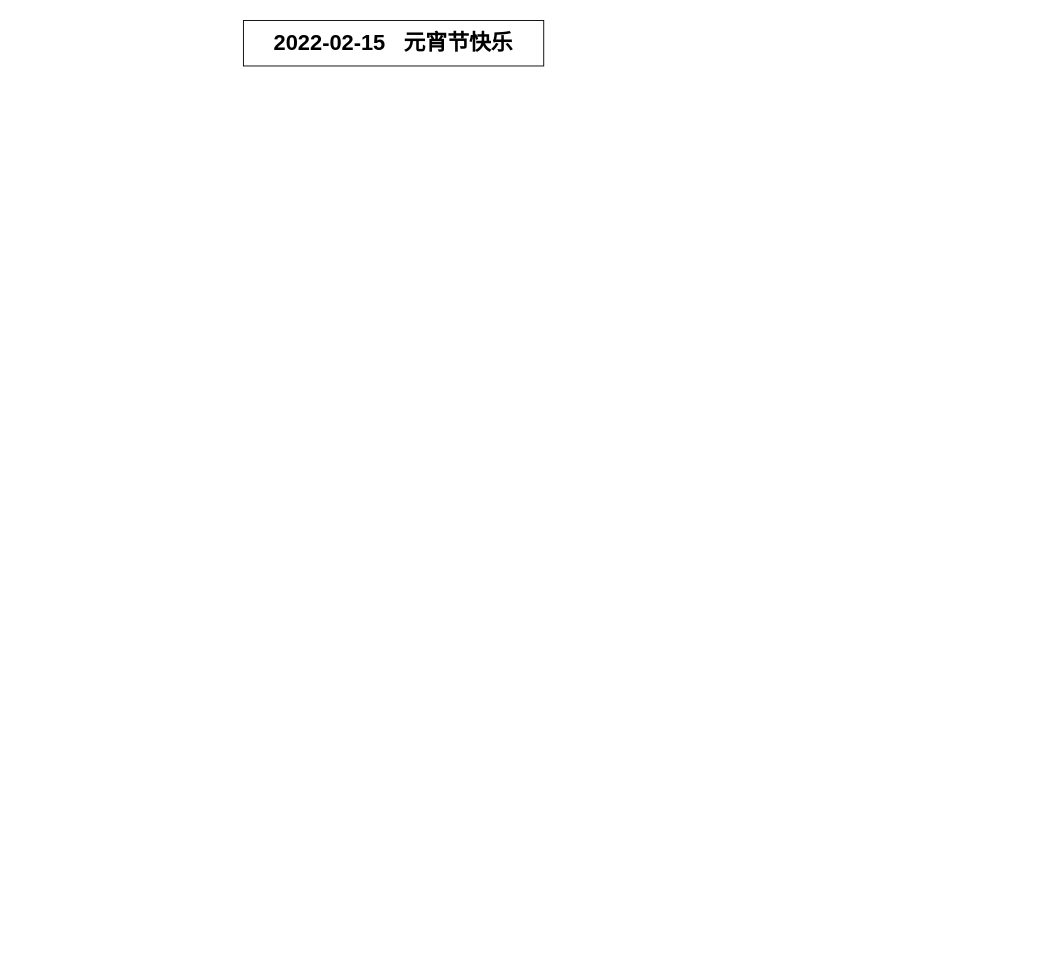
Above: cc/Untitled Diagram.drawio in onlystarczyw/UML (draw.io), before the change. Source tidied: cells renumbered, new cells numbered last; positions are measured from the earlier drawing's top-left corner, leaving out a move shared by most shapes. Both pictures are drawn from the tidied source at 91%, with x=0, y=0 at pixel (243, 20).
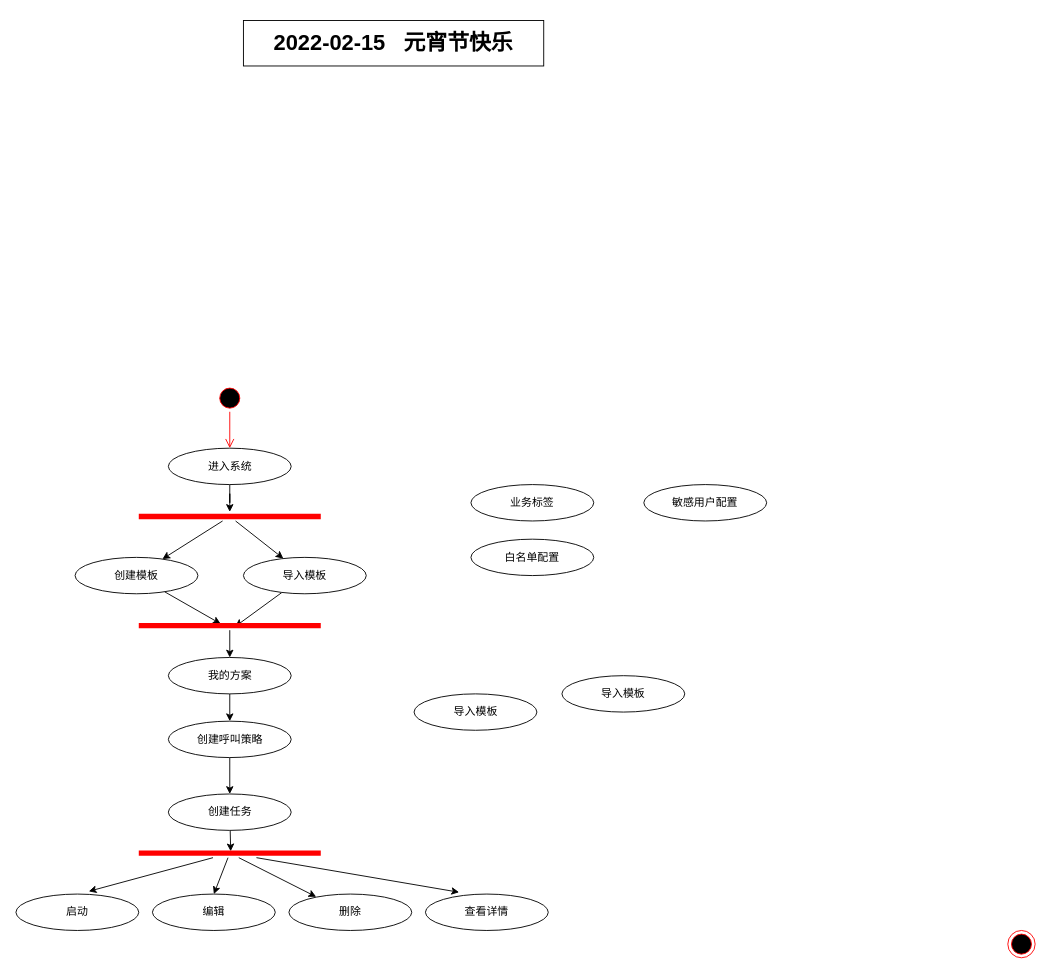
The same page after the edit.

Commit message:
智能外呼活动图

The edit, as a diff of the source:
```diff
@@
+    <mxCell id="3" style="ellipse;html=1;shape=endState;fillColor=#000000;strokeColor=#ff0000;" parent="1" vertex="1">
+      <mxGeometry x="840" y="1000" width="30" height="30" as="geometry" />
+    </mxCell>
+    <mxCell id="4" style="ellipse;html=1;shape=startState;fillColor=#000000;strokeColor=#ff0000;" parent="1" vertex="1">
+      <mxGeometry x="-30" y="400" width="30" height="30" as="geometry" />
+    </mxCell>
+    <mxCell id="5" style="edgeStyle=orthogonalEdgeStyle;html=1;verticalAlign=bottom;endArrow=open;endSize=8;strokeColor=#ff0000;rounded=0;" parent="1" edge="1" source="4">
+      <mxGeometry relative="1" as="geometry">
+        <mxPoint x="-15" y="470" as="targetPoint" />
+      </mxGeometry>
+    </mxCell>
+    <mxCell id="6" style="edgeStyle=none;rounded=0;jettySize=auto;html=1;entryX=0.45;entryY=0.3;entryDx=0;entryDy=0;entryPerimeter=0;" parent="1" edge="1" source="7" target="25">
+      <mxGeometry relative="1" as="geometry" />
+    </mxCell>
+    <mxCell id="7" value="创建模板" style="ellipse;whiteSpace=wrap;html=1;" parent="1" vertex="1">
+      <mxGeometry x="-185" y="590" width="135" height="40" as="geometry" />
+    </mxCell>
+    <mxCell id="8" style="edgeStyle=none;rounded=0;jettySize=auto;html=1;entryX=0.5;entryY=0;entryDx=0;entryDy=0;" parent="1" edge="1" source="9" target="16">
+      <mxGeometry relative="1" as="geometry" />
+    </mxCell>
+    <mxCell id="9" value="我的方案" style="ellipse;whiteSpace=wrap;html=1;" parent="1" vertex="1">
+      <mxGeometry x="-82.5" y="700" width="135" height="40" as="geometry" />
+    </mxCell>
+    <mxCell id="10" style="edgeStyle=none;rounded=0;jettySize=auto;html=1;entryX=0.505;entryY=0.3;entryDx=0;entryDy=0;entryPerimeter=0;" parent="1" edge="1" source="11" target="31">
+      <mxGeometry relative="1" as="geometry" />
+    </mxCell>
+    <mxCell id="11" value="创建任务" style="ellipse;whiteSpace=wrap;html=1;" parent="1" vertex="1">
+      <mxGeometry x="-82.5" y="850" width="135" height="40" as="geometry" />
+    </mxCell>
+    <mxCell id="12" value="业务标签" style="ellipse;whiteSpace=wrap;html=1;" parent="1" vertex="1">
+      <mxGeometry x="250" y="510" width="135" height="40" as="geometry" />
+    </mxCell>
+    <mxCell id="13" value="敏感用户配置" style="ellipse;whiteSpace=wrap;html=1;" parent="1" vertex="1">
+      <mxGeometry x="440" y="510" width="135" height="40" as="geometry" />
+    </mxCell>
+    <mxCell id="14" value="白名单配置" style="ellipse;whiteSpace=wrap;html=1;" parent="1" vertex="1">
+      <mxGeometry x="250" y="570" width="135" height="40" as="geometry" />
+    </mxCell>
+    <mxCell id="15" style="edgeStyle=none;rounded=0;jettySize=auto;html=1;entryX=0.5;entryY=0;entryDx=0;entryDy=0;" parent="1" edge="1" source="16" target="11">
+      <mxGeometry relative="1" as="geometry" />
+    </mxCell>
+    <mxCell id="16" value="创建呼叫策略" style="ellipse;whiteSpace=wrap;html=1;" parent="1" vertex="1">
+      <mxGeometry x="-82.5" y="770" width="135" height="40" as="geometry" />
+    </mxCell>
+    <mxCell id="17" style="edgeStyle=none;rounded=0;jettySize=auto;html=1;entryX=0.53;entryY=0.6;entryDx=0;entryDy=0;entryPerimeter=0;" parent="1" edge="1" source="18" target="25">
+      <mxGeometry relative="1" as="geometry" />
+    </mxCell>
+    <mxCell id="18" value="导入模板" style="ellipse;whiteSpace=wrap;html=1;" parent="1" vertex="1">
+      <mxGeometry y="590" width="135" height="40" as="geometry" />
+    </mxCell>
+    <mxCell id="19" style="edgeStyle=orthogonalEdgeStyle;rounded=0;jettySize=auto;html=1;" parent="1" edge="1" source="20" target="23">
+      <mxGeometry relative="1" as="geometry" />
+    </mxCell>
+    <mxCell id="20" value="进入系统" style="ellipse;whiteSpace=wrap;html=1;" parent="1" vertex="1">
+      <mxGeometry x="-82.5" y="470" width="135" height="40" as="geometry" />
+    </mxCell>
+    <mxCell id="21" style="rounded=0;jettySize=auto;html=1;" parent="1" edge="1" source="23" target="7">
+      <mxGeometry relative="1" as="geometry" />
+    </mxCell>
+    <mxCell id="22" style="rounded=0;jettySize=auto;html=1;" parent="1" edge="1" source="23" target="18">
+      <mxGeometry relative="1" as="geometry" />
+    </mxCell>
+    <mxCell id="23" style="shape=line;html=1;strokeWidth=6;strokeColor=#ff0000;" parent="1" vertex="1">
+      <mxGeometry x="-115" y="540" width="200" height="10" as="geometry" />
+    </mxCell>
+    <mxCell id="24" style="edgeStyle=none;rounded=0;jettySize=auto;html=1;" parent="1" edge="1" source="25" target="9">
+      <mxGeometry relative="1" as="geometry" />
+    </mxCell>
+    <mxCell id="25" style="shape=line;html=1;strokeWidth=6;strokeColor=#ff0000;" parent="1" vertex="1">
+      <mxGeometry x="-115" y="660" width="200" height="10" as="geometry" />
+    </mxCell>
+    <mxCell id="26" value="导入模板" style="ellipse;whiteSpace=wrap;html=1;" parent="1" vertex="1">
+      <mxGeometry x="187.5" y="740" width="135" height="40" as="geometry" />
+    </mxCell>
+    <mxCell id="27" style="edgeStyle=none;rounded=0;jettySize=auto;html=1;entryX=0.593;entryY=-0.075;entryDx=0;entryDy=0;entryPerimeter=0;" parent="1" edge="1" source="31" target="32">
+      <mxGeometry relative="1" as="geometry" />
+    </mxCell>
+    <mxCell id="28" style="edgeStyle=none;rounded=0;jettySize=auto;html=1;entryX=0.5;entryY=0;entryDx=0;entryDy=0;" parent="1" edge="1" source="31" target="33">
+      <mxGeometry relative="1" as="geometry" />
+    </mxCell>
+    <mxCell id="29" style="edgeStyle=none;rounded=0;jettySize=auto;html=1;entryX=0.222;entryY=0.075;entryDx=0;entryDy=0;entryPerimeter=0;" parent="1" edge="1" source="31" target="35">
+      <mxGeometry relative="1" as="geometry" />
+    </mxCell>
+    <mxCell id="30" style="edgeStyle=none;rounded=0;jettySize=auto;html=1;entryX=0.274;entryY=-0.05;entryDx=0;entryDy=0;entryPerimeter=0;" parent="1" edge="1" source="31" target="36">
+      <mxGeometry relative="1" as="geometry" />
+    </mxCell>
+    <mxCell id="31" style="shape=line;html=1;strokeWidth=6;strokeColor=#ff0000;" parent="1" vertex="1">
+      <mxGeometry x="-115" y="910" width="200" height="10" as="geometry" />
+    </mxCell>
+    <mxCell id="32" value="启动" style="ellipse;whiteSpace=wrap;html=1;" parent="1" vertex="1">
+      <mxGeometry x="-250" y="960" width="135" height="40" as="geometry" />
+    </mxCell>
+    <mxCell id="33" value="编辑" style="ellipse;whiteSpace=wrap;html=1;" parent="1" vertex="1">
+      <mxGeometry x="-100" y="960" width="135" height="40" as="geometry" />
+    </mxCell>
+    <mxCell id="34" value="导入模板" style="ellipse;whiteSpace=wrap;html=1;" parent="1" vertex="1">
+      <mxGeometry x="350" y="720" width="135" height="40" as="geometry" />
+    </mxCell>
+    <mxCell id="35" value="删除" style="ellipse;whiteSpace=wrap;html=1;" parent="1" vertex="1">
+      <mxGeometry x="50" y="960" width="135" height="40" as="geometry" />
+    </mxCell>
+    <mxCell id="36" value="查看详情" style="ellipse;whiteSpace=wrap;html=1;" parent="1" vertex="1">
+      <mxGeometry x="200" y="960" width="135" height="40" as="geometry" />
+    </mxCell>
```
